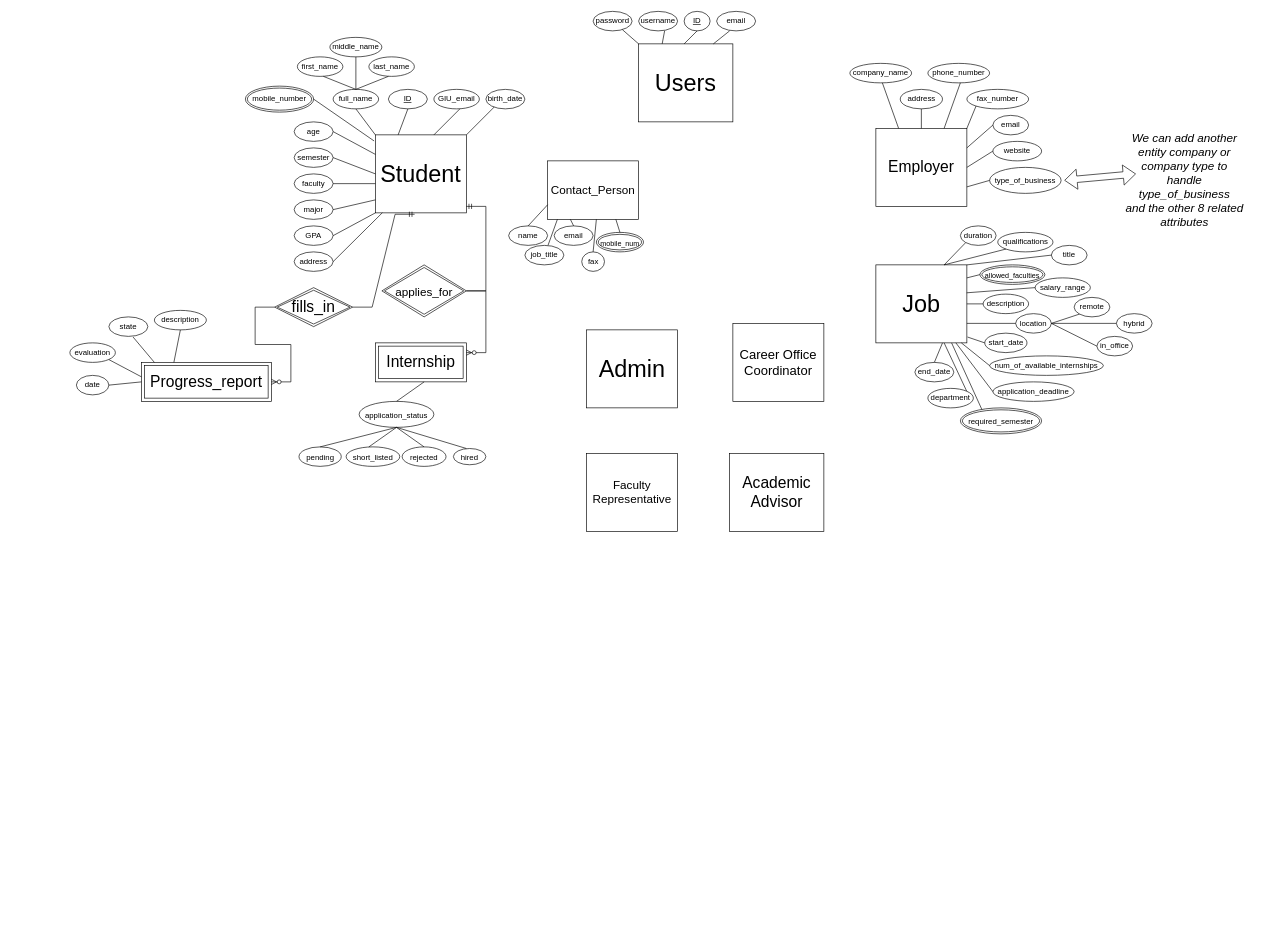
RamyCodes/EERD keeps this draw.io diagram as EERD_file1.drawio. Above is the earlier version. Source tidied: cells renumbered, new cells numbered last; positions are measured from the earlier drawing's top-left corner, leaving out a move shared by most shapes. Both pictures are drawn from the tidied source at 65%, with x=0, y=0 at pixel (70, 11).
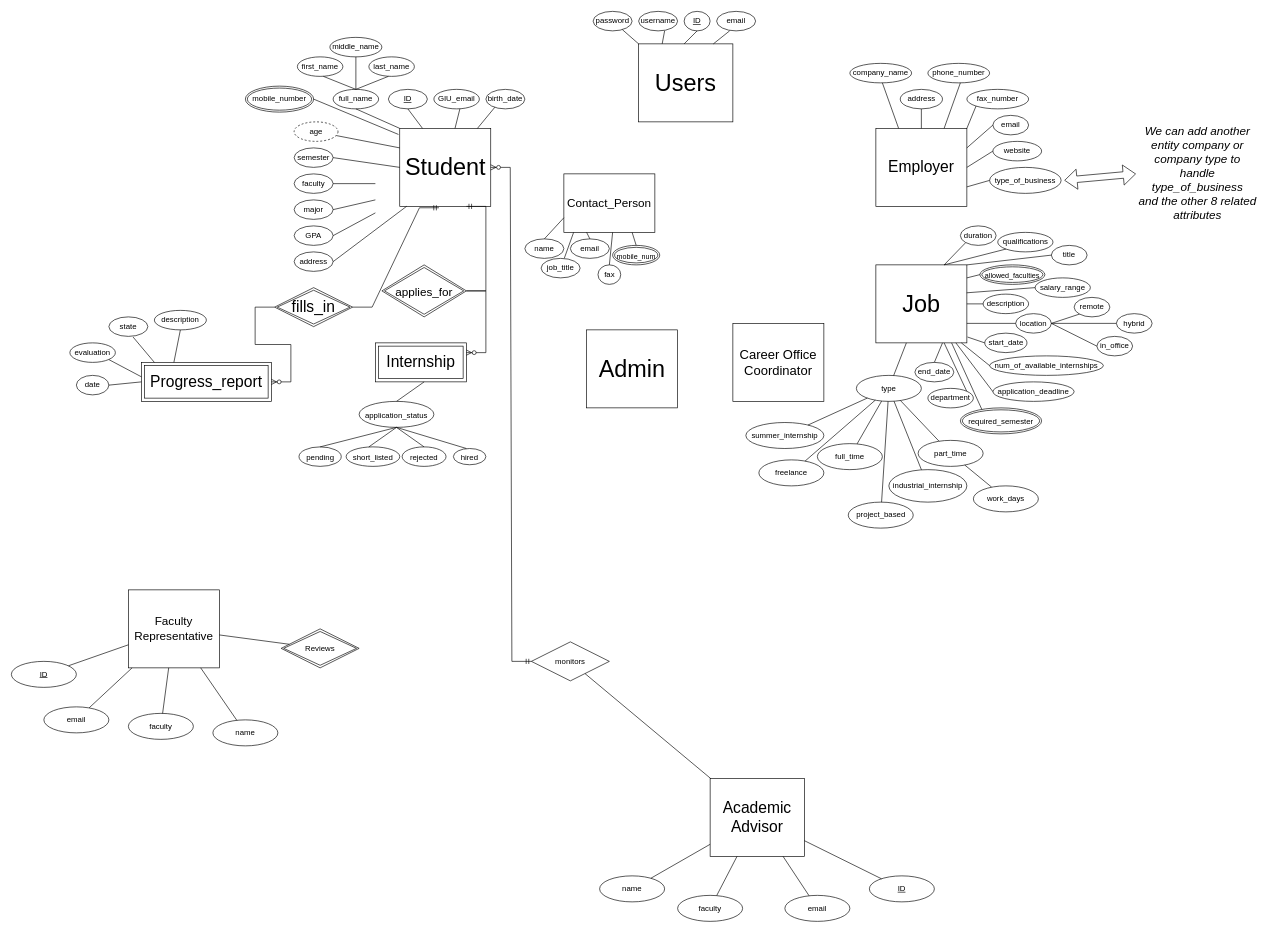
The same page after the edit.

The change refers to these unchanged cells:
```xml
<mxCell id="75" value="&lt;font style=&quot;font-size: 36px&quot;&gt;Job&lt;/font&gt;" style="rounded=0;whiteSpace=wrap;html=1;" parent="1" vertex="1">
  <mxGeometry x="1240" y="390" width="140" height="120" as="geometry" />
</mxCell>
```

Change to the diagram source:
```diff
@@
     <mxCell id="2" value="&lt;font style=&quot;font-size: 36px&quot;&gt;Student&lt;/font&gt;" style="rounded=0;whiteSpace=wrap;html=1;" parent="1" vertex="1">
-      <mxGeometry x="470" y="190" width="140" height="120" as="geometry" />
+      <mxGeometry x="507.5" y="180" width="140" height="120" as="geometry" />
     </mxCell>
@@
     <mxCell id="5" value="&lt;font style=&quot;font-size: 18px&quot;&gt;Faculty Representative&lt;/font&gt;" style="rounded=0;whiteSpace=wrap;html=1;" parent="1" vertex="1">
-      <mxGeometry x="795" y="680" width="140" height="120" as="geometry" />
+      <mxGeometry x="90" y="890" width="140" height="120" as="geometry" />
     </mxCell>
@@
     <mxCell id="7" value="&lt;font style=&quot;font-size: 24px&quot;&gt;Academic Advisor&lt;/font&gt;" style="rounded=0;whiteSpace=wrap;html=1;" parent="1" vertex="1">
-      <mxGeometry x="1015" y="680" width="145" height="120" as="geometry" />
+      <mxGeometry x="985" y="1180" width="145" height="120" as="geometry" />
     </mxCell>
@@
-    <mxCell id="17" style="endArrow=none;html=1;rounded=0;" parent="1" edge="1">
+    <mxCell id="17" style="endArrow=none;html=1;rounded=0;" parent="1" edge="1" source="2">
       <mxGeometry relative="1" as="geometry">
-        <mxPoint x="610" y="190" as="sourcePoint" />
         <mxPoint x="660" y="140" as="targetPoint" />
       </mxGeometry>
     </mxCell>
@@
-    <mxCell id="25" value="age" style="ellipse;whiteSpace=wrap;html=1;" parent="1" vertex="1">
-      <mxGeometry x="345" y="170" width="60" height="30" as="geometry" />
-    </mxCell>
@@
-    <mxCell id="31" style="endArrow=none;html=1;rounded=0;" parent="1" edge="1">
+    <mxCell id="31" style="endArrow=none;html=1;rounded=0;" parent="1" edge="1" source="2">
       <mxGeometry relative="1" as="geometry">
-        <mxPoint x="560" y="190" as="sourcePoint" />
         <mxPoint x="600" y="150" as="targetPoint" />
       </mxGeometry>
     </mxCell>
@@
-    <mxCell id="38" style="endArrow=none;html=1;rounded=0;fontSize=12;entryX=0;entryY=0.25;entryDx=0;entryDy=0;exitX=1;exitY=0.5;exitDx=0;exitDy=0;" parent="1" edge="1" source="25" target="2">
+    <mxCell id="38" style="endArrow=none;html=1;rounded=0;fontSize=12;entryX=0;entryY=0.25;entryDx=0;entryDy=0;" parent="1" edge="1" source="25" target="2">
       <mxGeometry relative="1" as="geometry" />
     </mxCell>
@@
     <mxCell id="73" value="&lt;font style=&quot;font-size: 18px&quot;&gt;&lt;i&gt;We can add another entity company or company type to handle type_of_business&lt;br&gt;and the other 8 related attributes&lt;br&gt;&lt;/i&gt;&lt;/font&gt;" style="text;html=1;strokeColor=none;fillColor=none;align=center;verticalAlign=middle;whiteSpace=wrap;rounded=0;" parent="1" vertex="1">
-      <mxGeometry x="1620" y="140" width="190" height="240" as="geometry" />
+      <mxGeometry x="1640" y="130" width="190" height="240" as="geometry" />
     </mxCell>
@@
     <mxCell id="120" value="&lt;font style=&quot;font-size: 18px&quot;&gt;Contact_Person&lt;/font&gt;" style="rounded=0;whiteSpace=wrap;html=1;" parent="1" vertex="1">
-      <mxGeometry x="735" y="230" width="140" height="90" as="geometry" />
+      <mxGeometry x="760" y="250" width="140" height="90" as="geometry" />
     </mxCell>
     <mxCell id="121" value="name" style="ellipse;whiteSpace=wrap;html=1;" parent="1" vertex="1">
-      <mxGeometry x="675" y="330" width="60" height="30" as="geometry" />
+      <mxGeometry x="700" y="350" width="60" height="30" as="geometry" />
     </mxCell>
     <mxCell id="122" value="job_title" style="ellipse;whiteSpace=wrap;html=1;" parent="1" vertex="1">
-      <mxGeometry x="700" y="360" width="60" height="30" as="geometry" />
+      <mxGeometry x="725" y="380" width="60" height="30" as="geometry" />
     </mxCell>
     <mxCell id="123" value="email" style="ellipse;whiteSpace=wrap;html=1;" parent="1" vertex="1">
-      <mxGeometry x="745" y="330" width="60" height="30" as="geometry" />
+      <mxGeometry x="770" y="350" width="60" height="30" as="geometry" />
     </mxCell>
     <mxCell id="124" value="fax" style="ellipse;whiteSpace=wrap;html=1;" parent="1" vertex="1">
-      <mxGeometry x="787.5" y="370" width="35" height="30" as="geometry" />
+      <mxGeometry x="812.5" y="390" width="35" height="30" as="geometry" />
     </mxCell>
@@
     <mxCell id="126" style="endArrow=none;html=1;rounded=0;exitX=0.594;exitY=-0.005;exitDx=0;exitDy=0;exitPerimeter=0;" parent="1" edge="1" source="122">
       <mxGeometry relative="1" as="geometry">
-        <mxPoint x="750" y="320" as="targetPoint" />
+        <mxPoint x="775" y="340" as="targetPoint" />
       </mxGeometry>
     </mxCell>
@@
     <mxCell id="128" style="endArrow=none;html=1;rounded=0;exitX=0.5;exitY=0;exitDx=0;exitDy=0;" parent="1" edge="1" source="124">
       <mxGeometry relative="1" as="geometry">
-        <mxPoint x="810" y="320" as="targetPoint" />
+        <mxPoint x="835" y="340" as="targetPoint" />
       </mxGeometry>
     </mxCell>
     <mxCell id="129" value="&lt;font style=&quot;font-size: 11px&quot;&gt;mobile_num&lt;/font&gt;" style="ellipse;shape=doubleEllipse;margin=3;whiteSpace=wrap;html=1;align=center;fontSize=18;" parent="1" vertex="1">
-      <mxGeometry x="810" y="340" width="72.5" height="30" as="geometry" />
+      <mxGeometry x="835" y="360" width="72.5" height="30" as="geometry" />
     </mxCell>
@@
+    <mxCell id="25" value="age" style="ellipse;whiteSpace=wrap;html=1;align=center;dashed=1;" parent="1" vertex="1">
+      <mxGeometry x="345" y="170" width="67.5" height="30" as="geometry" />
+    </mxCell>
+    <mxCell id="131" value="ID" style="ellipse;whiteSpace=wrap;html=1;align=center;fontStyle=4;" parent="1" vertex="1">
+      <mxGeometry x="1230" y="1330" width="100" height="40" as="geometry" />
+    </mxCell>
+    <mxCell id="132" value="email" style="ellipse;whiteSpace=wrap;html=1;align=center;" parent="1" vertex="1">
+      <mxGeometry x="1100" y="1360" width="100" height="40" as="geometry" />
+    </mxCell>
+    <mxCell id="133" value="faculty" style="ellipse;whiteSpace=wrap;html=1;align=center;" parent="1" vertex="1">
+      <mxGeometry x="935" y="1360" width="100" height="40" as="geometry" />
+    </mxCell>
+    <mxCell id="134" value="monitors" style="shape=rhombus;perimeter=rhombusPerimeter;whiteSpace=wrap;html=1;align=center;" parent="1" vertex="1">
+      <mxGeometry x="710" y="970" width="120" height="60" as="geometry" />
+    </mxCell>
+    <mxCell id="135" style="endArrow=none;html=1;rounded=0;" parent="1" edge="1" source="7" target="131">
+      <mxGeometry relative="1" as="geometry" />
+    </mxCell>
+    <mxCell id="136" style="endArrow=none;html=1;rounded=0;" parent="1" edge="1" source="7" target="132">
+      <mxGeometry relative="1" as="geometry" />
+    </mxCell>
+    <mxCell id="137" style="endArrow=none;html=1;rounded=0;" parent="1" edge="1" source="7" target="133">
+      <mxGeometry relative="1" as="geometry" />
+    </mxCell>
+    <mxCell id="138" style="endArrow=none;html=1;rounded=0;" parent="1" edge="1" source="134" target="7">
+      <mxGeometry relative="1" as="geometry" />
+    </mxCell>
+    <mxCell id="139" value="name" style="ellipse;whiteSpace=wrap;html=1;align=center;" parent="1" vertex="1">
+      <mxGeometry x="815" y="1330" width="100" height="40" as="geometry" />
+    </mxCell>
+    <mxCell id="140" style="endArrow=none;html=1;rounded=0;" parent="1" edge="1" source="139" target="7">
+      <mxGeometry relative="1" as="geometry" />
+    </mxCell>
+    <mxCell id="141" style="edgeStyle=entityRelationEdgeStyle;fontSize=12;html=1;endArrow=ERzeroToMany;startArrow=ERmandOne;rounded=0;" parent="1" edge="1" source="134" target="2">
+      <mxGeometry relative="1" as="geometry" />
+    </mxCell>
+    <mxCell id="142" style="endArrow=none;html=1;rounded=0;" parent="1" edge="1" source="5" target="143">
+      <mxGeometry relative="1" as="geometry" />
+    </mxCell>
+    <mxCell id="143" value="ID" style="ellipse;whiteSpace=wrap;html=1;align=center;fontStyle=4;" parent="1" vertex="1">
+      <mxGeometry x="-90" y="1000" width="100" height="40" as="geometry" />
+    </mxCell>
+    <mxCell id="144" value="name" style="ellipse;whiteSpace=wrap;html=1;align=center;" parent="1" vertex="1">
+      <mxGeometry x="220" y="1090" width="100" height="40" as="geometry" />
+    </mxCell>
+    <mxCell id="145" value="email" style="ellipse;whiteSpace=wrap;html=1;align=center;" parent="1" vertex="1">
+      <mxGeometry x="-40" y="1070" width="100" height="40" as="geometry" />
+    </mxCell>
+    <mxCell id="146" value="faculty" style="ellipse;whiteSpace=wrap;html=1;align=center;" parent="1" vertex="1">
+      <mxGeometry x="90" y="1080" width="100" height="40" as="geometry" />
+    </mxCell>
+    <mxCell id="147" style="endArrow=none;html=1;rounded=0;" parent="1" edge="1" source="145" target="5">
+      <mxGeometry relative="1" as="geometry" />
+    </mxCell>
+    <mxCell id="148" style="endArrow=none;html=1;rounded=0;" parent="1" edge="1" source="146" target="5">
+      <mxGeometry relative="1" as="geometry" />
+    </mxCell>
+    <mxCell id="149" style="endArrow=none;html=1;rounded=0;" parent="1" edge="1" source="144" target="5">
+      <mxGeometry relative="1" as="geometry" />
+    </mxCell>
+    <mxCell id="150" value="Reviews" style="shape=rhombus;double=1;perimeter=rhombusPerimeter;whiteSpace=wrap;html=1;align=center;" parent="1" vertex="1">
+      <mxGeometry x="325" y="950" width="120" height="60" as="geometry" />
+    </mxCell>
+    <mxCell id="151" style="endArrow=none;html=1;rounded=0;" parent="1" edge="1" source="5" target="150">
+      <mxGeometry relative="1" as="geometry" />
+    </mxCell>
+    <mxCell id="152" value="type" style="ellipse;whiteSpace=wrap;html=1;align=center;" parent="1" vertex="1">
+      <mxGeometry x="1210" y="560" width="100" height="40" as="geometry" />
+    </mxCell>
+    <mxCell id="153" style="endArrow=none;html=1;rounded=0;" parent="1" edge="1" source="152" target="75">
+      <mxGeometry relative="1" as="geometry" />
+    </mxCell>
+    <mxCell id="154" style="endArrow=none;html=1;rounded=0;" parent="1" edge="1" source="155" target="152">
+      <mxGeometry relative="1" as="geometry" />
+    </mxCell>
+    <mxCell id="155" value="full_time" style="ellipse;whiteSpace=wrap;html=1;align=center;" parent="1" vertex="1">
+      <mxGeometry x="1150" y="665" width="100" height="40" as="geometry" />
+    </mxCell>
+    <mxCell id="156" value="part_time" style="ellipse;whiteSpace=wrap;html=1;align=center;" parent="1" vertex="1">
+      <mxGeometry x="1305" y="660" width="100" height="40" as="geometry" />
+    </mxCell>
+    <mxCell id="157" value="project_based" style="ellipse;whiteSpace=wrap;html=1;align=center;" parent="1" vertex="1">
+      <mxGeometry x="1197.5" y="755" width="100" height="40" as="geometry" />
+    </mxCell>
+    <mxCell id="158" value="freelance" style="ellipse;whiteSpace=wrap;html=1;align=center;" parent="1" vertex="1">
+      <mxGeometry x="1060" y="690" width="100" height="40" as="geometry" />
+    </mxCell>
+    <mxCell id="159" value="summer_internship" style="ellipse;whiteSpace=wrap;html=1;align=center;" parent="1" vertex="1">
+      <mxGeometry x="1040" y="632.5" width="120" height="40" as="geometry" />
+    </mxCell>
+    <mxCell id="160" value="industrial_internship" style="ellipse;whiteSpace=wrap;html=1;align=center;" parent="1" vertex="1">
+      <mxGeometry x="1260" y="705" width="120" height="50" as="geometry" />
+    </mxCell>
+    <mxCell id="161" style="endArrow=none;html=1;rounded=0;" parent="1" edge="1" source="156" target="162">
+      <mxGeometry relative="1" as="geometry" />
+    </mxCell>
+    <mxCell id="162" value="work_days" style="ellipse;whiteSpace=wrap;html=1;align=center;" parent="1" vertex="1">
+      <mxGeometry x="1390" y="730" width="100" height="40" as="geometry" />
+    </mxCell>
+    <mxCell id="163" style="endArrow=none;html=1;rounded=0;" parent="1" edge="1" source="160" target="152">
+      <mxGeometry relative="1" as="geometry" />
+    </mxCell>
+    <mxCell id="164" style="endArrow=none;html=1;rounded=0;" parent="1" edge="1" source="157" target="152">
+      <mxGeometry relative="1" as="geometry" />
+    </mxCell>
+    <mxCell id="165" style="endArrow=none;html=1;rounded=0;" parent="1" edge="1" source="158" target="152">
+      <mxGeometry relative="1" as="geometry" />
+    </mxCell>
+    <mxCell id="166" style="endArrow=none;html=1;rounded=0;" parent="1" edge="1" source="156" target="152">
+      <mxGeometry relative="1" as="geometry" />
+    </mxCell>
+    <mxCell id="167" style="endArrow=none;html=1;rounded=0;" parent="1" edge="1" source="159" target="152">
+      <mxGeometry relative="1" as="geometry" />
+    </mxCell>
```
